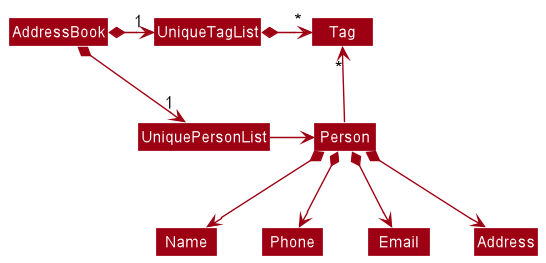
Above: docs/images/BetterModelClassDiagram.png in nus-cs2103-AY2122S1/tp (PlantUML), before the change.
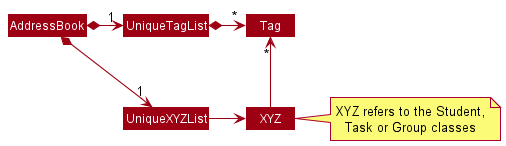
The same diagram one commit later.

Change to the diagram source:
```diff
@@ -4,18 +4,17 @@
 skinparam arrowColor MODEL_COLOR
 skinparam classBackgroundColor MODEL_COLOR
 
-AddressBook *-right-> "1" UniquePersonList
+AddressBook *-right-> "1" UniqueXYZList
 AddressBook *-right-> "1" UniqueTagList
-UniqueTagList -[hidden]down- UniquePersonList
-UniqueTagList -[hidden]down- UniquePersonList
+UniqueTagList -[hidden]down- UniqueXYZList
+UniqueTagList -[hidden]down- UniqueXYZList
 
 UniqueTagList *-right-> "*" Tag
-UniquePersonList -right-> Person
+UniqueXYZList -right-> XYZ
+note right
+XYZ refers to the Student,
+Task or Group classes
+end note
 
-Person -up-> "*" Tag
-
-Person *--> Name
-Person *--> Phone
-Person *--> Email
-Person *--> Address
+XYZ -up-> "*" Tag
 @enduml
```
